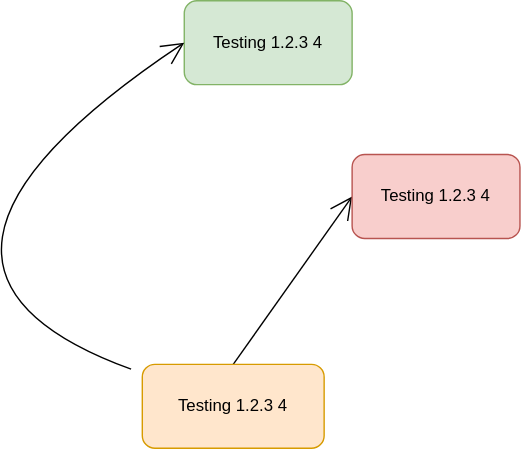
Above: Test Embedding.drawio.svg in philip-gai/github-drawio-demo (draw.io), before the change. Source tidied: cells renumbered, new cells last; positions are measured from the earlier drawing's top-left corner, leaving out a move shared by most shapes.
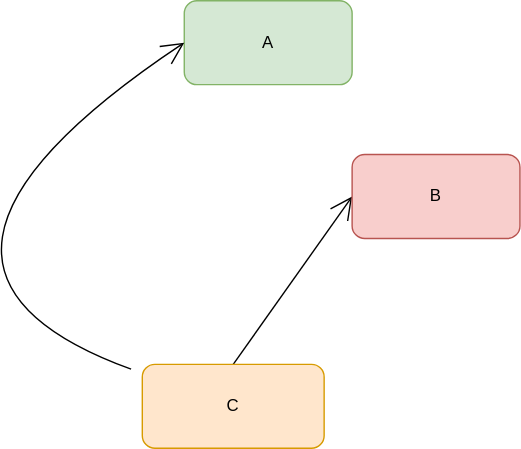
The same diagram one commit later.

What changed in the source:
```diff
@@ -2,7 +2,7 @@
   <root>
     <mxCell id="0" />
     <mxCell id="1" parent="0" />
-    <mxCell id="2" value="Testing 1.2.3 4" style="rounded=1;whiteSpace=wrap;html=1;fillColor=#d5e8d4;strokeColor=#82b366;" parent="1" vertex="1">
+    <mxCell id="2" value="A" style="rounded=1;whiteSpace=wrap;html=1;fillColor=#d5e8d4;strokeColor=#82b366;" parent="1" vertex="1">
       <mxGeometry x="240" width="120" height="60" as="geometry" />
     </mxCell>
     <mxCell id="3" style="edgeStyle=none;jettySize=auto;html=1;entryX=0;entryY=0.5;entryDx=0;entryDy=0;endArrow=open;startSize=14;endSize=14;sourcePerimeterSpacing=8;targetPerimeterSpacing=8;exitX=0.5;exitY=0;exitDx=0;exitDy=0;strokeColor=default;curved=1;" parent="1" edge="1" source="5" target="6">
@@ -15,10 +15,10 @@
         </Array>
       </mxGeometry>
     </mxCell>
-    <mxCell id="5" value="Testing 1.2.3 4" style="rounded=1;whiteSpace=wrap;html=1;fillColor=#ffe6cc;strokeColor=#d79b00;" parent="1" vertex="1">
+    <mxCell id="5" value="C" style="rounded=1;whiteSpace=wrap;html=1;fillColor=#ffe6cc;strokeColor=#d79b00;" parent="1" vertex="1">
       <mxGeometry x="210" y="260" width="130" height="60" as="geometry" />
     </mxCell>
-    <mxCell id="6" value="Testing 1.2.3 4" style="rounded=1;whiteSpace=wrap;html=1;fillColor=#f8cecc;strokeColor=#b85450;" parent="1" vertex="1">
+    <mxCell id="6" value="B" style="rounded=1;whiteSpace=wrap;html=1;fillColor=#f8cecc;strokeColor=#b85450;" parent="1" vertex="1">
       <mxGeometry x="360" y="110" width="120" height="60" as="geometry" />
     </mxCell>
   </root>
```
